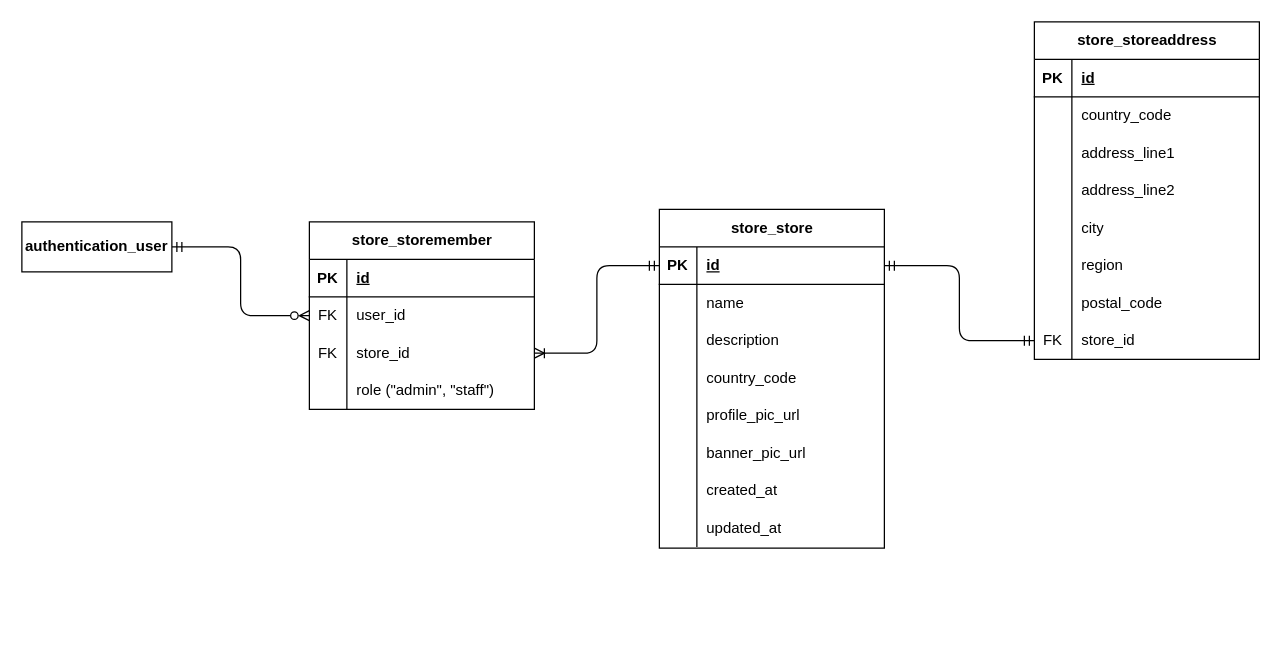
The draw.io diagram page "Store" (7 of 7) of diagrams/e-commerce-entity-relationship-diagram.drawio in RHILIUS/E-Commerce-Docs, before the edit. Source tidied: cells renumbered, new cells numbered last; positions are measured from the earlier drawing's top-left corner, leaving out a move shared by most shapes. Both pictures are drawn from the tidied source at 125%, with x=0, y=0 at pixel (21, 21).
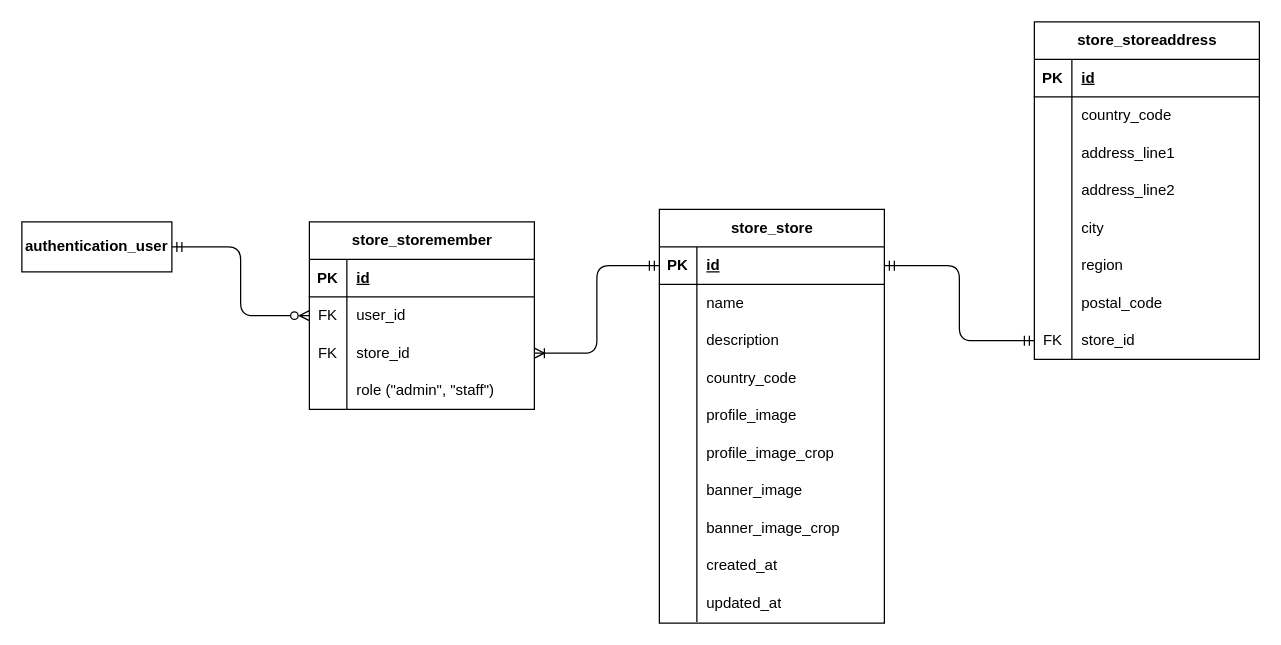
Above is the later version.

Commit message:
feat: update store fields specifically profile_image and banner_image

Unchanged cells that the change refers to:
```xml
<mxCell id="15" style="shape=tableRow;horizontal=0;startSize=0;swimlaneHead=0;swimlaneBody=0;fillColor=none;top=0;left=0;right=0;bottom=0;" parent="2" vertex="1">
  <mxGeometry y="150" width="180" height="30" as="geometry" />
</mxCell>
```

The edit, as a diff of the source:
```diff
@@
     <mxCell id="2" value="store_store" style="shape=table;startSize=30;childLayout=tableLayout;rowLines=0;fontStyle=1;align=center;html=1;" parent="1" vertex="1">
-      <mxGeometry x="510" y="150" width="180" height="271" as="geometry" />
+      <mxGeometry x="510" y="150" width="180" height="331" as="geometry" />
     </mxCell>
@@
-    <mxCell id="17" value="profile_pic_url" style="shape=partialRectangle;fillColor=none;top=0;left=0;bottom=0;right=0;align=left;spacingLeft=6;overflow=hidden;whiteSpace=wrap;html=1;" parent="15" vertex="1">
+    <mxCell id="17" value="profile_image" style="shape=partialRectangle;fillColor=none;top=0;left=0;bottom=0;right=0;align=left;spacingLeft=6;overflow=hidden;whiteSpace=wrap;html=1;" parent="15" vertex="1">
       <mxGeometry x="30" width="150" height="30" as="geometry" />
     </mxCell>
+    <mxCell id="69" style="shape=tableRow;horizontal=0;startSize=0;swimlaneHead=0;swimlaneBody=0;fillColor=none;top=0;left=0;right=0;bottom=0;" parent="2" vertex="1">
+      <mxGeometry y="180" width="180" height="30" as="geometry" />
+    </mxCell>
+    <mxCell id="70" style="shape=partialRectangle;fillColor=none;top=0;left=0;bottom=0;right=0;overflow=hidden;whiteSpace=wrap;html=1;" parent="69" vertex="1">
+      <mxGeometry width="30" height="30" as="geometry" />
+    </mxCell>
+    <mxCell id="71" value="profile_image_crop" style="shape=partialRectangle;fillColor=none;top=0;left=0;bottom=0;right=0;align=left;spacingLeft=6;overflow=hidden;whiteSpace=wrap;html=1;" parent="69" vertex="1">
+      <mxGeometry x="30" width="150" height="30" as="geometry" />
+    </mxCell>
     <mxCell id="18" style="shape=tableRow;horizontal=0;startSize=0;swimlaneHead=0;swimlaneBody=0;fillColor=none;top=0;left=0;right=0;bottom=0;" parent="2" vertex="1">
-      <mxGeometry y="180" width="180" height="30" as="geometry" />
+      <mxGeometry y="210" width="180" height="30" as="geometry" />
     </mxCell>
@@
-    <mxCell id="20" value="banner_pic_url" style="shape=partialRectangle;fillColor=none;top=0;left=0;bottom=0;right=0;align=left;spacingLeft=6;overflow=hidden;whiteSpace=wrap;html=1;" parent="18" vertex="1">
+    <mxCell id="20" value="banner_image" style="shape=partialRectangle;fillColor=none;top=0;left=0;bottom=0;right=0;align=left;spacingLeft=6;overflow=hidden;whiteSpace=wrap;html=1;" parent="18" vertex="1">
       <mxGeometry x="30" width="150" height="30" as="geometry" />
     </mxCell>
+    <mxCell id="72" style="shape=tableRow;horizontal=0;startSize=0;swimlaneHead=0;swimlaneBody=0;fillColor=none;top=0;left=0;right=0;bottom=0;" parent="2" vertex="1">
+      <mxGeometry y="240" width="180" height="30" as="geometry" />
+    </mxCell>
+    <mxCell id="73" style="shape=partialRectangle;fillColor=none;top=0;left=0;bottom=0;right=0;overflow=hidden;whiteSpace=wrap;html=1;" parent="72" vertex="1">
+      <mxGeometry width="30" height="30" as="geometry" />
+    </mxCell>
+    <mxCell id="74" value="banner_image_crop" style="shape=partialRectangle;fillColor=none;top=0;left=0;bottom=0;right=0;align=left;spacingLeft=6;overflow=hidden;whiteSpace=wrap;html=1;" parent="72" vertex="1">
+      <mxGeometry x="30" width="150" height="30" as="geometry" />
+    </mxCell>
     <mxCell id="21" style="shape=tableRow;horizontal=0;startSize=0;swimlaneHead=0;swimlaneBody=0;fillColor=none;top=0;left=0;right=0;bottom=0;" parent="2" vertex="1">
-      <mxGeometry y="210" width="180" height="30" as="geometry" />
+      <mxGeometry y="270" width="180" height="30" as="geometry" />
     </mxCell>
@@
     <mxCell id="24" style="shape=tableRow;horizontal=0;startSize=0;swimlaneHead=0;swimlaneBody=0;fillColor=none;top=0;left=0;right=0;bottom=0;" parent="2" vertex="1">
-      <mxGeometry y="240" width="180" height="30" as="geometry" />
+      <mxGeometry y="300" width="180" height="30" as="geometry" />
     </mxCell>
```
